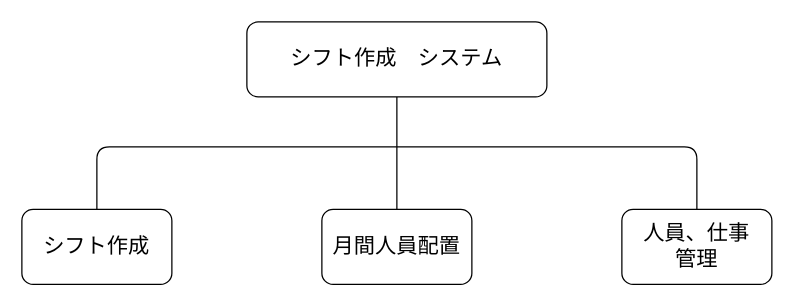
Earlier version of the draw.io diagram page "システム全体像" (1 of 10) of 論文構想/ASSHIFT.drawio (shugoY45/portfolio). Source tidied: cells renumbered, new cells numbered last; positions are measured from the earlier drawing's top-left corner, leaving out a move shared by most shapes. Both pictures are drawn from the tidied source at 125%, with x=0, y=0 at pixel (21, 21).
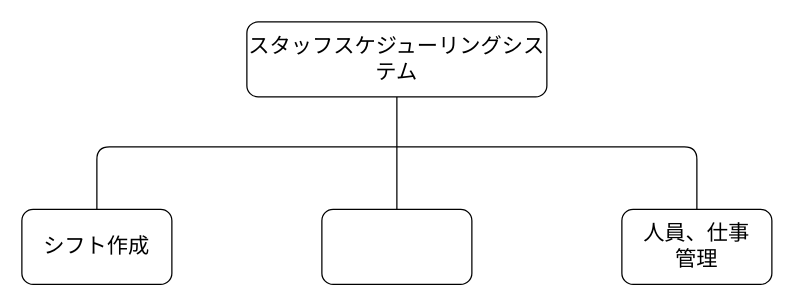
Above is the later version.

Change to the diagram source:
```diff
@@
 <mxGraphModel>
   <root>
     <mxCell id="0" />
     <mxCell id="1" parent="0" />
-    <mxCell id="2" value="シフト作成　システム" style="rounded=1;whiteSpace=wrap;html=1;fontSize=17;" parent="1" vertex="1">
+    <mxCell id="2" value="スタッフスケジューリングシステム" style="rounded=1;whiteSpace=wrap;html=1;fontSize=17;" parent="1" vertex="1">
       <mxGeometry x="180" width="240" height="60" as="geometry" />
     </mxCell>
     <mxCell id="3" value="シフト作成" style="rounded=1;whiteSpace=wrap;html=1;fontSize=17;" parent="1" vertex="1">
       <mxGeometry y="150" width="120" height="60" as="geometry" />
     </mxCell>
-    <mxCell id="4" value="月間人員配置" style="rounded=1;whiteSpace=wrap;html=1;fontSize=17;" parent="1" vertex="1">
+    <mxCell id="4" style="rounded=1;whiteSpace=wrap;html=1;fontSize=17;" parent="1" vertex="1">
       <mxGeometry x="240" y="150" width="120" height="60" as="geometry" />
     </mxCell>
     <mxCell id="5" value="人員、仕事&lt;br&gt;管理" style="rounded=1;whiteSpace=wrap;html=1;fontSize=17;" parent="1" vertex="1">
       <mxGeometry x="480" y="150" width="120" height="60" as="geometry" />
     </mxCell>
     <mxCell id="6" style="endArrow=none;html=1;fontSize=17;entryX=0.5;entryY=1;entryDx=0;entryDy=0;exitX=0.5;exitY=0;exitDx=0;exitDy=0;" parent="1" edge="1" source="4" target="2">
       <mxGeometry relative="1" as="geometry" />
     </mxCell>
     <mxCell id="7" style="endArrow=none;html=1;fontSize=17;entryX=0.5;entryY=0;entryDx=0;entryDy=0;" parent="1" edge="1" target="5">
       <mxGeometry relative="1" as="geometry">
         <mxPoint x="300" y="100" as="sourcePoint" />
         <Array as="points">
           <mxPoint x="540" y="100" />
         </Array>
       </mxGeometry>
     </mxCell>
     <mxCell id="8" style="endArrow=none;html=1;fontSize=17;exitX=0.5;exitY=0;exitDx=0;exitDy=0;" parent="1" edge="1" source="3">
       <mxGeometry relative="1" as="geometry">
         <mxPoint x="300" y="100" as="targetPoint" />
         <Array as="points">
           <mxPoint x="60" y="100" />
         </Array>
       </mxGeometry>
     </mxCell>
   </root>
 </mxGraphModel>
```
